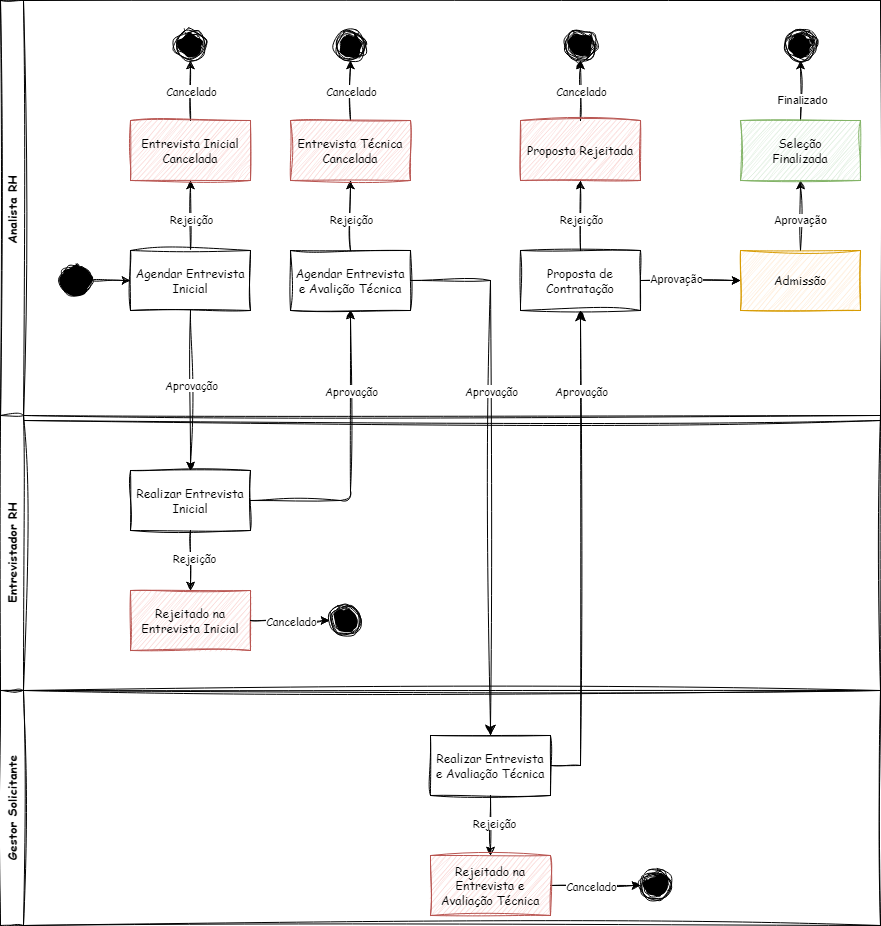
Before: instituto_langchain/busca_sql/selecao.drawio.png, a diagram exported from draw.io (Ro-Goncalves/instituto-langchain). Source tidied: cells renumbered, new cells last; positions are measured from the earlier drawing's top-left corner, leaving out a move shared by most shapes.
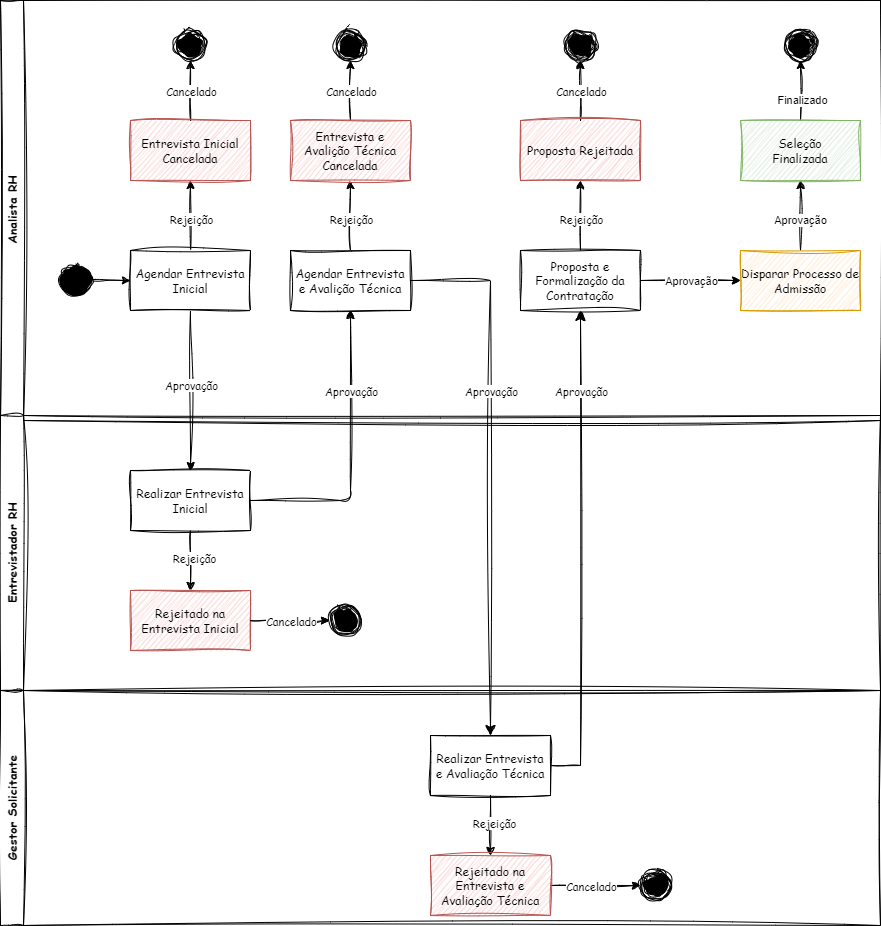
The same diagram one commit later.

Commit message:
feat(busca-sql): Finalizado a documentação do processo de Seleção

Change to the diagram source:
```diff
@@ -51,7 +51,7 @@
         <mxPoint x="-2" y="-10" as="offset" />
       </mxGeometry>
     </mxCell>
-    <mxCell id="17" value="Entrevista Técnica&lt;div&gt;Cancelada&lt;/div&gt;" style="rounded=0;whiteSpace=wrap;html=1;sketch=1;curveFitting=1;jiggle=2;fontFamily=Comic Sans MS;fillColor=#f8cecc;strokeColor=#b85450;" parent="2" vertex="1">
+    <mxCell id="17" value="Entrevista&amp;nbsp;&lt;span style=&quot;color: rgb(0, 0, 0);&quot;&gt;e Avalição&amp;nbsp;&lt;/span&gt;Técnica &lt;span style=&quot;background-color: transparent;&quot;&gt;Cancelada&lt;/span&gt;" style="rounded=0;whiteSpace=wrap;html=1;sketch=1;curveFitting=1;jiggle=2;fontFamily=Comic Sans MS;fillColor=#f8cecc;strokeColor=#b85450;" parent="2" vertex="1">
       <mxGeometry x="290" y="120" width="120" height="60" as="geometry" />
     </mxCell>
     <mxCell id="18" style="ellipse;html=1;shape=endState;fillColor=strokeColor;sketch=1;curveFitting=1;jiggle=2;" parent="2" vertex="1">
@@ -61,9 +61,11 @@
       <mxGeometry relative="1" as="geometry" />
     </mxCell>
     <mxCell id="20" value="Aprovação" style="edgeLabel;html=1;align=center;verticalAlign=middle;" parent="19" vertex="1">
-      <mxGeometry x="-0.31" y="2" relative="1" as="geometry" />
+      <mxGeometry x="-0.31" y="2" relative="1" as="geometry">
+        <mxPoint x="15" y="2" as="offset" />
+      </mxGeometry>
     </mxCell>
-    <mxCell id="21" value="Proposta de&lt;div&gt;Contratação&lt;/div&gt;" style="rounded=0;whiteSpace=wrap;html=1;sketch=1;curveFitting=1;jiggle=2;fontFamily=Comic Sans MS;" parent="2" vertex="1">
+    <mxCell id="21" value="&lt;span class=&quot;selected&quot;&gt;Proposta e Formalização da Contratação&lt;/span&gt;" style="rounded=0;whiteSpace=wrap;html=1;sketch=1;curveFitting=1;jiggle=2;fontFamily=Comic Sans MS;" parent="2" vertex="1">
       <mxGeometry x="520" y="250" width="120" height="60" as="geometry" />
     </mxCell>
     <mxCell id="22" style="edgeStyle=none;html=1;entryX=0.5;entryY=1;entryDx=0;entryDy=0;sketch=1;curveFitting=1;jiggle=2;exitX=0.5;exitY=0;exitDx=0;exitDy=0;" parent="2" edge="1" source="21" target="26">
@@ -92,7 +94,7 @@
     <mxCell id="29" value="Aprovação" style="edgeLabel;html=1;align=center;verticalAlign=middle;" parent="28" vertex="1">
       <mxGeometry x="-0.12" y="1" relative="1" as="geometry" />
     </mxCell>
-    <mxCell id="30" value="Admissão" style="rounded=0;whiteSpace=wrap;html=1;sketch=1;curveFitting=1;jiggle=2;fontFamily=Comic Sans MS;fillColor=#ffe6cc;strokeColor=#d79b00;" parent="2" vertex="1">
+    <mxCell id="30" value="&lt;span class=&quot;selected&quot;&gt;Disparar Processo de Admissão&lt;/span&gt;" style="rounded=0;whiteSpace=wrap;html=1;sketch=1;curveFitting=1;jiggle=2;fontFamily=Comic Sans MS;fillColor=#ffe6cc;strokeColor=#d79b00;" parent="2" vertex="1">
       <mxGeometry x="740" y="250" width="120" height="60" as="geometry" />
     </mxCell>
     <mxCell id="31" style="edgeStyle=none;html=1;entryX=0.5;entryY=1;entryDx=0;entryDy=0;sketch=1;curveFitting=1;jiggle=2;" parent="2" edge="1" source="33" target="34">
```
